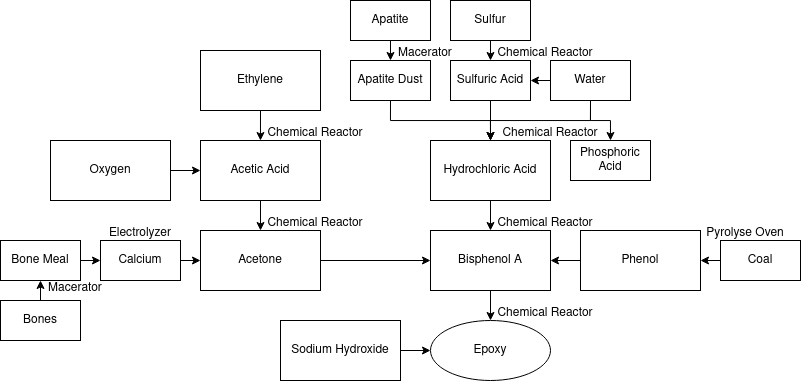
This is Epoxy Production Chart.png from Pemeralis/random-nomifactory-stuff, a draw.io export, as it was before one commit. Source tidied: cells renumbered, new cells last; positions are measured from the earlier drawing's top-left corner, leaving out a move shared by most shapes. The source it was exported from:
```xml
<mxGraphModel>
  <root>
    <mxCell id="0" />
    <mxCell id="1" parent="0" />
    <mxCell id="2" style="edgeStyle=orthogonalEdgeStyle;rounded=0;jettySize=auto;html=1;exitX=0.5;exitY=1;exitDx=0;exitDy=0;entryX=0.5;entryY=0;entryDx=0;entryDy=0;" parent="1" edge="1" source="3" target="20">
      <mxGeometry relative="1" as="geometry">
        <Array as="points">
          <mxPoint x="260" y="140" />
          <mxPoint x="260" y="140" />
        </Array>
      </mxGeometry>
    </mxCell>
    <mxCell id="3" value="Ethylene" style="rounded=0;whiteSpace=wrap;html=1;" parent="1" vertex="1">
      <mxGeometry x="200" y="50" width="120" height="60" as="geometry" />
    </mxCell>
    <mxCell id="4" style="edgeStyle=orthogonalEdgeStyle;rounded=0;jettySize=auto;html=1;exitX=0.5;exitY=1;exitDx=0;exitDy=0;entryX=0.5;entryY=0;entryDx=0;entryDy=0;" parent="1" edge="1" source="5" target="15">
      <mxGeometry relative="1" as="geometry" />
    </mxCell>
    <mxCell id="5" value="Apatite Dust" style="rounded=0;whiteSpace=wrap;html=1;" parent="1" vertex="1">
      <mxGeometry x="350" y="60" width="80" height="40" as="geometry" />
    </mxCell>
    <mxCell id="6" style="edgeStyle=orthogonalEdgeStyle;rounded=0;jettySize=auto;html=1;exitX=0.5;exitY=1;exitDx=0;exitDy=0;entryX=0.5;entryY=0;entryDx=0;entryDy=0;" parent="1" edge="1" source="7" target="15">
      <mxGeometry relative="1" as="geometry" />
    </mxCell>
    <mxCell id="7" value="Sulfuric Acid" style="rounded=0;whiteSpace=wrap;html=1;" parent="1" vertex="1">
      <mxGeometry x="450" y="60" width="80" height="40" as="geometry" />
    </mxCell>
    <mxCell id="8" style="edgeStyle=orthogonalEdgeStyle;rounded=0;jettySize=auto;html=1;exitX=0;exitY=0.5;exitDx=0;exitDy=0;entryX=1;entryY=0.5;entryDx=0;entryDy=0;" parent="1" edge="1" source="11" target="7">
      <mxGeometry relative="1" as="geometry" />
    </mxCell>
    <mxCell id="9" style="edgeStyle=orthogonalEdgeStyle;rounded=0;jettySize=auto;html=1;exitX=0.5;exitY=1;exitDx=0;exitDy=0;entryX=0.5;entryY=0;entryDx=0;entryDy=0;" parent="1" edge="1" source="11" target="15">
      <mxGeometry relative="1" as="geometry" />
    </mxCell>
    <mxCell id="10" style="edgeStyle=orthogonalEdgeStyle;rounded=0;jettySize=auto;html=1;exitX=0.5;exitY=1;exitDx=0;exitDy=0;entryX=0.5;entryY=0;entryDx=0;entryDy=0;" parent="1" edge="1" source="11" target="16">
      <mxGeometry relative="1" as="geometry" />
    </mxCell>
    <mxCell id="11" value="Water" style="rounded=0;whiteSpace=wrap;html=1;" parent="1" vertex="1">
      <mxGeometry x="550" y="60" width="80" height="40" as="geometry" />
    </mxCell>
    <mxCell id="12" style="edgeStyle=orthogonalEdgeStyle;rounded=0;jettySize=auto;html=1;exitX=0.5;exitY=1;exitDx=0;exitDy=0;entryX=0.5;entryY=0;entryDx=0;entryDy=0;" parent="1" edge="1" source="13" target="7">
      <mxGeometry relative="1" as="geometry" />
    </mxCell>
    <mxCell id="13" value="Sulfur" style="rounded=0;whiteSpace=wrap;html=1;" parent="1" vertex="1">
      <mxGeometry x="450" width="80" height="40" as="geometry" />
    </mxCell>
    <mxCell id="14" style="edgeStyle=orthogonalEdgeStyle;rounded=0;jettySize=auto;html=1;exitX=0.5;exitY=1;exitDx=0;exitDy=0;entryX=0.5;entryY=0;entryDx=0;entryDy=0;" parent="1" edge="1" source="15" target="30">
      <mxGeometry relative="1" as="geometry" />
    </mxCell>
    <mxCell id="15" value="Hydrochloric Acid" style="rounded=0;whiteSpace=wrap;html=1;" parent="1" vertex="1">
      <mxGeometry x="430" y="140" width="120" height="60" as="geometry" />
    </mxCell>
    <mxCell id="16" value="Phosphoric Acid" style="rounded=0;whiteSpace=wrap;html=1;" parent="1" vertex="1">
      <mxGeometry x="570" y="140" width="80" height="40" as="geometry" />
    </mxCell>
    <mxCell id="17" style="edgeStyle=orthogonalEdgeStyle;rounded=0;jettySize=auto;html=1;exitX=1;exitY=0.5;exitDx=0;exitDy=0;entryX=0;entryY=0.5;entryDx=0;entryDy=0;" parent="1" edge="1" source="18" target="20">
      <mxGeometry relative="1" as="geometry" />
    </mxCell>
    <mxCell id="18" value="Oxygen" style="rounded=0;whiteSpace=wrap;html=1;" parent="1" vertex="1">
      <mxGeometry x="50" y="140" width="120" height="60" as="geometry" />
    </mxCell>
    <mxCell id="19" style="edgeStyle=orthogonalEdgeStyle;rounded=0;jettySize=auto;html=1;exitX=0.5;exitY=1;exitDx=0;exitDy=0;entryX=0.5;entryY=0;entryDx=0;entryDy=0;" parent="1" edge="1" source="20" target="22">
      <mxGeometry relative="1" as="geometry" />
    </mxCell>
    <mxCell id="20" value="Acetic Acid" style="rounded=0;whiteSpace=wrap;html=1;" parent="1" vertex="1">
      <mxGeometry x="200" y="140" width="120" height="60" as="geometry" />
    </mxCell>
    <mxCell id="21" style="edgeStyle=orthogonalEdgeStyle;rounded=0;jettySize=auto;html=1;exitX=1;exitY=0.5;exitDx=0;exitDy=0;entryX=0;entryY=0.5;entryDx=0;entryDy=0;" parent="1" edge="1" source="22" target="30">
      <mxGeometry relative="1" as="geometry" />
    </mxCell>
    <mxCell id="22" value="Acetone" style="rounded=0;whiteSpace=wrap;html=1;" parent="1" vertex="1">
      <mxGeometry x="200" y="230" width="120" height="60" as="geometry" />
    </mxCell>
    <mxCell id="23" style="edgeStyle=orthogonalEdgeStyle;rounded=0;jettySize=auto;html=1;exitX=1;exitY=0.5;exitDx=0;exitDy=0;entryX=0;entryY=0.5;entryDx=0;entryDy=0;" parent="1" edge="1" source="24" target="22">
      <mxGeometry relative="1" as="geometry" />
    </mxCell>
    <mxCell id="24" value="Calcium" style="rounded=0;whiteSpace=wrap;html=1;" parent="1" vertex="1">
      <mxGeometry x="100" y="240" width="80" height="40" as="geometry" />
    </mxCell>
    <mxCell id="25" style="edgeStyle=orthogonalEdgeStyle;rounded=0;jettySize=auto;html=1;exitX=1;exitY=0.5;exitDx=0;exitDy=0;entryX=0;entryY=0.5;entryDx=0;entryDy=0;" parent="1" edge="1" source="26" target="24">
      <mxGeometry relative="1" as="geometry" />
    </mxCell>
    <mxCell id="26" value="Bone Meal" style="rounded=0;whiteSpace=wrap;html=1;" parent="1" vertex="1">
      <mxGeometry y="240" width="80" height="40" as="geometry" />
    </mxCell>
    <mxCell id="27" style="edgeStyle=orthogonalEdgeStyle;rounded=0;jettySize=auto;html=1;exitX=0.5;exitY=0;exitDx=0;exitDy=0;entryX=0.5;entryY=1;entryDx=0;entryDy=0;" parent="1" edge="1" source="28" target="26">
      <mxGeometry relative="1" as="geometry" />
    </mxCell>
    <mxCell id="28" value="Bones" style="rounded=0;whiteSpace=wrap;html=1;" parent="1" vertex="1">
      <mxGeometry y="300" width="80" height="40" as="geometry" />
    </mxCell>
    <mxCell id="29" style="edgeStyle=orthogonalEdgeStyle;rounded=0;jettySize=auto;html=1;exitX=0.5;exitY=1;exitDx=0;exitDy=0;entryX=0.5;entryY=0;entryDx=0;entryDy=0;" parent="1" edge="1" source="30" target="33">
      <mxGeometry relative="1" as="geometry" />
    </mxCell>
    <mxCell id="30" value="Bisphenol A" style="rounded=0;whiteSpace=wrap;html=1;" parent="1" vertex="1">
      <mxGeometry x="430" y="230" width="120" height="60" as="geometry" />
    </mxCell>
    <mxCell id="31" style="edgeStyle=orthogonalEdgeStyle;rounded=0;jettySize=auto;html=1;exitX=1;exitY=0.5;exitDx=0;exitDy=0;entryX=0;entryY=0.5;entryDx=0;entryDy=0;" parent="1" edge="1" source="32" target="33">
      <mxGeometry relative="1" as="geometry" />
    </mxCell>
    <mxCell id="32" value="Sodium Hydroxide" style="rounded=0;whiteSpace=wrap;html=1;" parent="1" vertex="1">
      <mxGeometry x="280" y="320" width="120" height="60" as="geometry" />
    </mxCell>
    <mxCell id="33" value="Epoxy" style="ellipse;whiteSpace=wrap;html=1;" parent="1" vertex="1">
      <mxGeometry x="430" y="320" width="120" height="60" as="geometry" />
    </mxCell>
    <mxCell id="34" style="edgeStyle=orthogonalEdgeStyle;rounded=0;jettySize=auto;html=1;exitX=0;exitY=0.5;exitDx=0;exitDy=0;entryX=1;entryY=0.5;entryDx=0;entryDy=0;" parent="1" edge="1" source="35" target="30">
      <mxGeometry relative="1" as="geometry" />
    </mxCell>
    <mxCell id="35" value="Phenol" style="rounded=0;whiteSpace=wrap;html=1;" parent="1" vertex="1">
      <mxGeometry x="580" y="230" width="120" height="60" as="geometry" />
    </mxCell>
    <mxCell id="36" style="edgeStyle=orthogonalEdgeStyle;rounded=0;jettySize=auto;html=1;exitX=0;exitY=0.5;exitDx=0;exitDy=0;entryX=1;entryY=0.5;entryDx=0;entryDy=0;" parent="1" edge="1" source="37" target="35">
      <mxGeometry relative="1" as="geometry" />
    </mxCell>
    <mxCell id="37" value="Coal" style="rounded=0;whiteSpace=wrap;html=1;" parent="1" vertex="1">
      <mxGeometry x="720" y="240" width="80" height="40" as="geometry" />
    </mxCell>
    <mxCell id="38" value="Chemical Reactor" style="text;html=1;strokeColor=none;fillColor=none;align=center;verticalAlign=middle;whiteSpace=wrap;rounded=0;" parent="1" vertex="1">
      <mxGeometry x="260" y="125" width="110" height="15" as="geometry" />
    </mxCell>
    <mxCell id="39" value="Chemical Reactor" style="text;html=1;strokeColor=none;fillColor=none;align=center;verticalAlign=middle;whiteSpace=wrap;rounded=0;" parent="1" vertex="1">
      <mxGeometry x="500" y="125" width="100" height="15" as="geometry" />
    </mxCell>
    <mxCell id="40" value="Chemical Reactor" style="text;html=1;strokeColor=none;fillColor=none;align=center;verticalAlign=middle;whiteSpace=wrap;rounded=0;" parent="1" vertex="1">
      <mxGeometry x="490" y="215" width="110" height="15" as="geometry" />
    </mxCell>
    <mxCell id="41" value="Pyrolyse Oven" style="text;html=1;strokeColor=none;fillColor=none;align=center;verticalAlign=middle;whiteSpace=wrap;rounded=0;" parent="1" vertex="1">
      <mxGeometry x="700" y="225" width="90" height="15" as="geometry" />
    </mxCell>
    <mxCell id="42" value="Chemical Reactor" style="text;html=1;strokeColor=none;fillColor=none;align=center;verticalAlign=middle;whiteSpace=wrap;rounded=0;" parent="1" vertex="1">
      <mxGeometry x="490" y="45" width="110" height="15" as="geometry" />
    </mxCell>
    <mxCell id="43" value="Chemical Reactor" style="text;html=1;strokeColor=none;fillColor=none;align=center;verticalAlign=middle;whiteSpace=wrap;rounded=0;" parent="1" vertex="1">
      <mxGeometry x="260" y="215" width="110" height="15" as="geometry" />
    </mxCell>
    <mxCell id="44" value="Chemical Reactor" style="text;html=1;strokeColor=none;fillColor=none;align=center;verticalAlign=middle;whiteSpace=wrap;rounded=0;" parent="1" vertex="1">
      <mxGeometry x="490" y="305" width="110" height="15" as="geometry" />
    </mxCell>
    <mxCell id="45" value="Electrolyzer" style="text;html=1;strokeColor=none;fillColor=none;align=center;verticalAlign=middle;whiteSpace=wrap;rounded=0;" parent="1" vertex="1">
      <mxGeometry x="100" y="225" width="80" height="15" as="geometry" />
    </mxCell>
    <mxCell id="46" value="Macerator" style="text;html=1;strokeColor=none;fillColor=none;align=center;verticalAlign=middle;whiteSpace=wrap;rounded=0;" parent="1" vertex="1">
      <mxGeometry x="40" y="280" width="70" height="15" as="geometry" />
    </mxCell>
    <mxCell id="47" style="edgeStyle=orthogonalEdgeStyle;rounded=0;jettySize=auto;html=1;exitX=0.5;exitY=1;exitDx=0;exitDy=0;entryX=0.5;entryY=0;entryDx=0;entryDy=0;" parent="1" edge="1" source="48" target="5">
      <mxGeometry relative="1" as="geometry" />
    </mxCell>
    <mxCell id="48" value="Apatite" style="rounded=0;whiteSpace=wrap;html=1;" parent="1" vertex="1">
      <mxGeometry x="350" width="80" height="40" as="geometry" />
    </mxCell>
    <mxCell id="49" value="Macerator" style="text;html=1;strokeColor=none;fillColor=none;align=center;verticalAlign=middle;whiteSpace=wrap;rounded=0;" parent="1" vertex="1">
      <mxGeometry x="390" y="45" width="70" height="15" as="geometry" />
    </mxCell>
  </root>
</mxGraphModel>
```
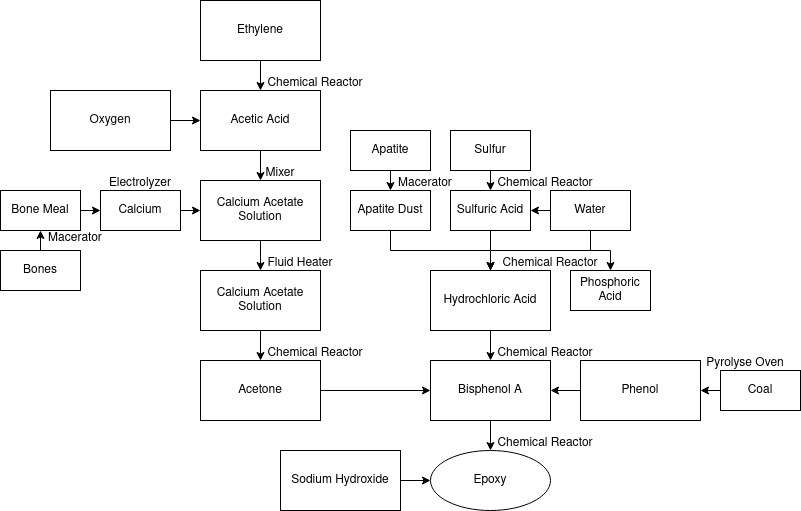
After the change.

Commit message:
fixed part of graph using higher voltage than available

What changed in the source:
```diff
@@ -5,13 +5,13 @@
     <mxCell id="2" style="edgeStyle=orthogonalEdgeStyle;rounded=0;jettySize=auto;html=1;exitX=0.5;exitY=1;exitDx=0;exitDy=0;entryX=0.5;entryY=0;entryDx=0;entryDy=0;" parent="1" edge="1" source="3" target="20">
       <mxGeometry relative="1" as="geometry">
         <Array as="points">
-          <mxPoint x="260" y="140" />
-          <mxPoint x="260" y="140" />
+          <mxPoint x="260" y="-40" />
+          <mxPoint x="260" y="-40" />
         </Array>
       </mxGeometry>
     </mxCell>
     <mxCell id="3" value="Ethylene" style="rounded=0;whiteSpace=wrap;html=1;" parent="1" vertex="1">
-      <mxGeometry x="200" y="50" width="120" height="60" as="geometry" />
+      <mxGeometry x="200" y="-130" width="120" height="60" as="geometry" />
     </mxCell>
     <mxCell id="4" style="edgeStyle=orthogonalEdgeStyle;rounded=0;jettySize=auto;html=1;exitX=0.5;exitY=1;exitDx=0;exitDy=0;entryX=0.5;entryY=0;entryDx=0;entryDy=0;" parent="1" edge="1" source="5" target="15">
       <mxGeometry relative="1" as="geometry" />
@@ -56,13 +56,13 @@
       <mxGeometry relative="1" as="geometry" />
     </mxCell>
     <mxCell id="18" value="Oxygen" style="rounded=0;whiteSpace=wrap;html=1;" parent="1" vertex="1">
-      <mxGeometry x="50" y="140" width="120" height="60" as="geometry" />
+      <mxGeometry x="50" y="-40" width="120" height="60" as="geometry" />
     </mxCell>
-    <mxCell id="19" style="edgeStyle=orthogonalEdgeStyle;rounded=0;jettySize=auto;html=1;exitX=0.5;exitY=1;exitDx=0;exitDy=0;entryX=0.5;entryY=0;entryDx=0;entryDy=0;" parent="1" edge="1" source="20" target="22">
-      <mxGeometry relative="1" as="geometry" />
-    </mxCell>
+    <mxCell id="50" style="edgeStyle=orthogonalEdgeStyle;rounded=0;jettySize=auto;html=1;exitX=0.5;exitY=1;exitDx=0;exitDy=0;entryX=0.5;entryY=0;entryDx=0;entryDy=0;" parent="1" edge="1" source="20" target="53">
+      <mxGeometry relative="1" as="geometry" />
+    </mxCell>
     <mxCell id="20" value="Acetic Acid" style="rounded=0;whiteSpace=wrap;html=1;" parent="1" vertex="1">
-      <mxGeometry x="200" y="140" width="120" height="60" as="geometry" />
+      <mxGeometry x="200" y="-40" width="120" height="60" as="geometry" />
     </mxCell>
     <mxCell id="21" style="edgeStyle=orthogonalEdgeStyle;rounded=0;jettySize=auto;html=1;exitX=1;exitY=0.5;exitDx=0;exitDy=0;entryX=0;entryY=0.5;entryDx=0;entryDy=0;" parent="1" edge="1" source="22" target="30">
       <mxGeometry relative="1" as="geometry" />
@@ -70,23 +70,23 @@
     <mxCell id="22" value="Acetone" style="rounded=0;whiteSpace=wrap;html=1;" parent="1" vertex="1">
       <mxGeometry x="200" y="230" width="120" height="60" as="geometry" />
     </mxCell>
-    <mxCell id="23" style="edgeStyle=orthogonalEdgeStyle;rounded=0;jettySize=auto;html=1;exitX=1;exitY=0.5;exitDx=0;exitDy=0;entryX=0;entryY=0.5;entryDx=0;entryDy=0;" parent="1" edge="1" source="24" target="22">
-      <mxGeometry relative="1" as="geometry" />
-    </mxCell>
+    <mxCell id="51" style="edgeStyle=orthogonalEdgeStyle;rounded=0;jettySize=auto;html=1;exitX=1;exitY=0.5;exitDx=0;exitDy=0;entryX=0;entryY=0.5;entryDx=0;entryDy=0;" parent="1" edge="1" source="24" target="53">
+      <mxGeometry relative="1" as="geometry" />
+    </mxCell>
     <mxCell id="24" value="Calcium" style="rounded=0;whiteSpace=wrap;html=1;" parent="1" vertex="1">
-      <mxGeometry x="100" y="240" width="80" height="40" as="geometry" />
+      <mxGeometry x="100" y="60" width="80" height="40" as="geometry" />
     </mxCell>
     <mxCell id="25" style="edgeStyle=orthogonalEdgeStyle;rounded=0;jettySize=auto;html=1;exitX=1;exitY=0.5;exitDx=0;exitDy=0;entryX=0;entryY=0.5;entryDx=0;entryDy=0;" parent="1" edge="1" source="26" target="24">
       <mxGeometry relative="1" as="geometry" />
     </mxCell>
     <mxCell id="26" value="Bone Meal" style="rounded=0;whiteSpace=wrap;html=1;" parent="1" vertex="1">
-      <mxGeometry y="240" width="80" height="40" as="geometry" />
+      <mxGeometry y="60" width="80" height="40" as="geometry" />
     </mxCell>
     <mxCell id="27" style="edgeStyle=orthogonalEdgeStyle;rounded=0;jettySize=auto;html=1;exitX=0.5;exitY=0;exitDx=0;exitDy=0;entryX=0.5;entryY=1;entryDx=0;entryDy=0;" parent="1" edge="1" source="28" target="26">
       <mxGeometry relative="1" as="geometry" />
     </mxCell>
     <mxCell id="28" value="Bones" style="rounded=0;whiteSpace=wrap;html=1;" parent="1" vertex="1">
-      <mxGeometry y="300" width="80" height="40" as="geometry" />
+      <mxGeometry y="120" width="80" height="40" as="geometry" />
     </mxCell>
     <mxCell id="29" style="edgeStyle=orthogonalEdgeStyle;rounded=0;jettySize=auto;html=1;exitX=0.5;exitY=1;exitDx=0;exitDy=0;entryX=0.5;entryY=0;entryDx=0;entryDy=0;" parent="1" edge="1" source="30" target="33">
       <mxGeometry relative="1" as="geometry" />
@@ -116,7 +116,7 @@
       <mxGeometry x="720" y="240" width="80" height="40" as="geometry" />
     </mxCell>
     <mxCell id="38" value="Chemical Reactor" style="text;html=1;strokeColor=none;fillColor=none;align=center;verticalAlign=middle;whiteSpace=wrap;rounded=0;" parent="1" vertex="1">
-      <mxGeometry x="260" y="125" width="110" height="15" as="geometry" />
+      <mxGeometry x="260" y="-55" width="110" height="15" as="geometry" />
     </mxCell>
     <mxCell id="39" value="Chemical Reactor" style="text;html=1;strokeColor=none;fillColor=none;align=center;verticalAlign=middle;whiteSpace=wrap;rounded=0;" parent="1" vertex="1">
       <mxGeometry x="500" y="125" width="100" height="15" as="geometry" />
@@ -137,10 +137,10 @@
       <mxGeometry x="490" y="305" width="110" height="15" as="geometry" />
     </mxCell>
     <mxCell id="45" value="Electrolyzer" style="text;html=1;strokeColor=none;fillColor=none;align=center;verticalAlign=middle;whiteSpace=wrap;rounded=0;" parent="1" vertex="1">
-      <mxGeometry x="100" y="225" width="80" height="15" as="geometry" />
+      <mxGeometry x="100" y="45" width="80" height="15" as="geometry" />
     </mxCell>
     <mxCell id="46" value="Macerator" style="text;html=1;strokeColor=none;fillColor=none;align=center;verticalAlign=middle;whiteSpace=wrap;rounded=0;" parent="1" vertex="1">
-      <mxGeometry x="40" y="280" width="70" height="15" as="geometry" />
+      <mxGeometry x="40" y="100" width="70" height="15" as="geometry" />
     </mxCell>
     <mxCell id="47" style="edgeStyle=orthogonalEdgeStyle;rounded=0;jettySize=auto;html=1;exitX=0.5;exitY=1;exitDx=0;exitDy=0;entryX=0.5;entryY=0;entryDx=0;entryDy=0;" parent="1" edge="1" source="48" target="5">
       <mxGeometry relative="1" as="geometry" />
@@ -151,5 +151,23 @@
     <mxCell id="49" value="Macerator" style="text;html=1;strokeColor=none;fillColor=none;align=center;verticalAlign=middle;whiteSpace=wrap;rounded=0;" parent="1" vertex="1">
       <mxGeometry x="390" y="45" width="70" height="15" as="geometry" />
     </mxCell>
+    <mxCell id="52" style="edgeStyle=orthogonalEdgeStyle;rounded=0;jettySize=auto;html=1;exitX=0.5;exitY=1;exitDx=0;exitDy=0;entryX=0.5;entryY=0;entryDx=0;entryDy=0;" parent="1" edge="1" source="53" target="56">
+      <mxGeometry relative="1" as="geometry" />
+    </mxCell>
+    <mxCell id="53" value="Calcium Acetate Solution" style="rounded=0;whiteSpace=wrap;html=1;" parent="1" vertex="1">
+      <mxGeometry x="200" y="50" width="120" height="60" as="geometry" />
+    </mxCell>
+    <mxCell id="54" value="Mixer" style="text;html=1;strokeColor=none;fillColor=none;align=center;verticalAlign=middle;whiteSpace=wrap;rounded=0;" parent="1" vertex="1">
+      <mxGeometry x="260" y="35" width="40" height="15" as="geometry" />
+    </mxCell>
+    <mxCell id="55" style="edgeStyle=orthogonalEdgeStyle;rounded=0;jettySize=auto;html=1;exitX=0.5;exitY=1;exitDx=0;exitDy=0;entryX=0;entryY=1;entryDx=0;entryDy=0;" parent="1" edge="1" source="56" target="43">
+      <mxGeometry relative="1" as="geometry" />
+    </mxCell>
+    <mxCell id="56" value="Calcium Acetate Solution" style="rounded=0;whiteSpace=wrap;html=1;" parent="1" vertex="1">
+      <mxGeometry x="200" y="140" width="120" height="60" as="geometry" />
+    </mxCell>
+    <mxCell id="57" value="Fluid Heater" style="text;html=1;strokeColor=none;fillColor=none;align=center;verticalAlign=middle;whiteSpace=wrap;rounded=0;" parent="1" vertex="1">
+      <mxGeometry x="260" y="125" width="80" height="15" as="geometry" />
+    </mxCell>
   </root>
 </mxGraphModel>
```
